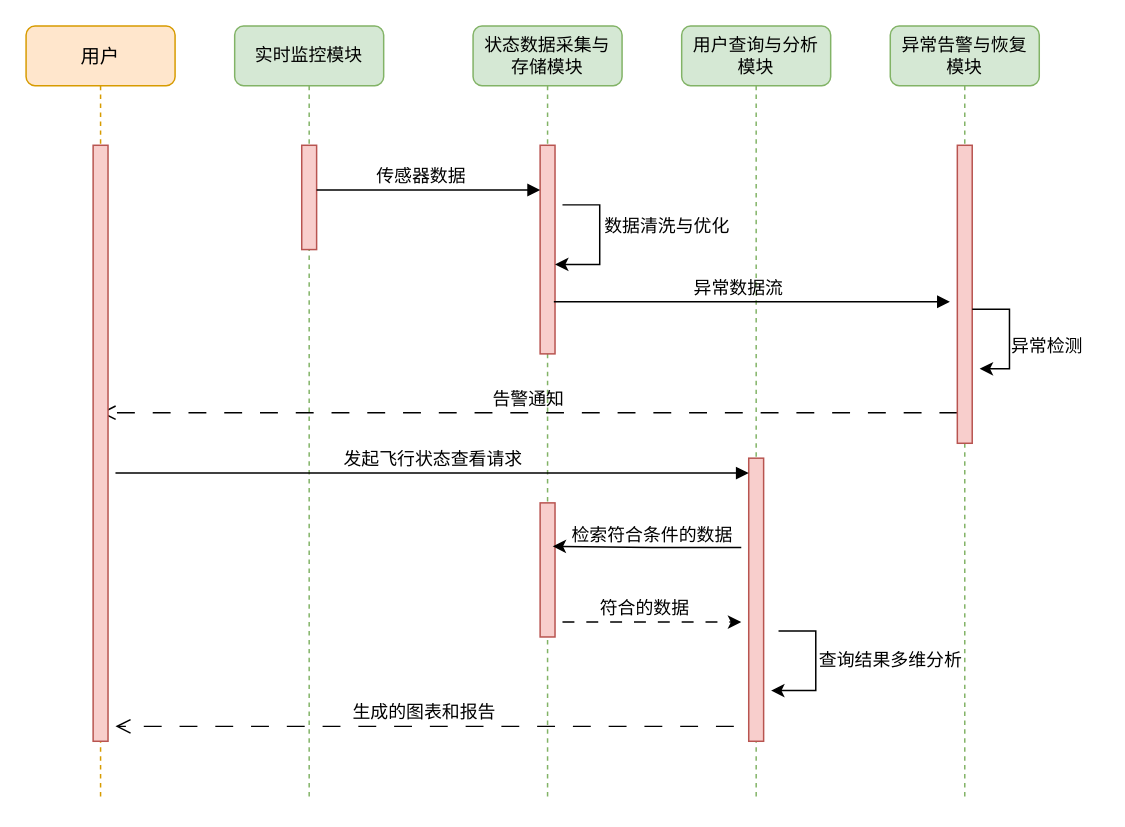
The draw.io diagram 无人机监控与查询模块的时序图.drawio in jiaojb/py-crawler, before the edit. Source tidied: cells renumbered, new cells numbered last; positions are measured from the earlier drawing's top-left corner, leaving out a move shared by most shapes. Both pictures are drawn from the tidied source at 149%, with x=0, y=0 at pixel (25, 25).
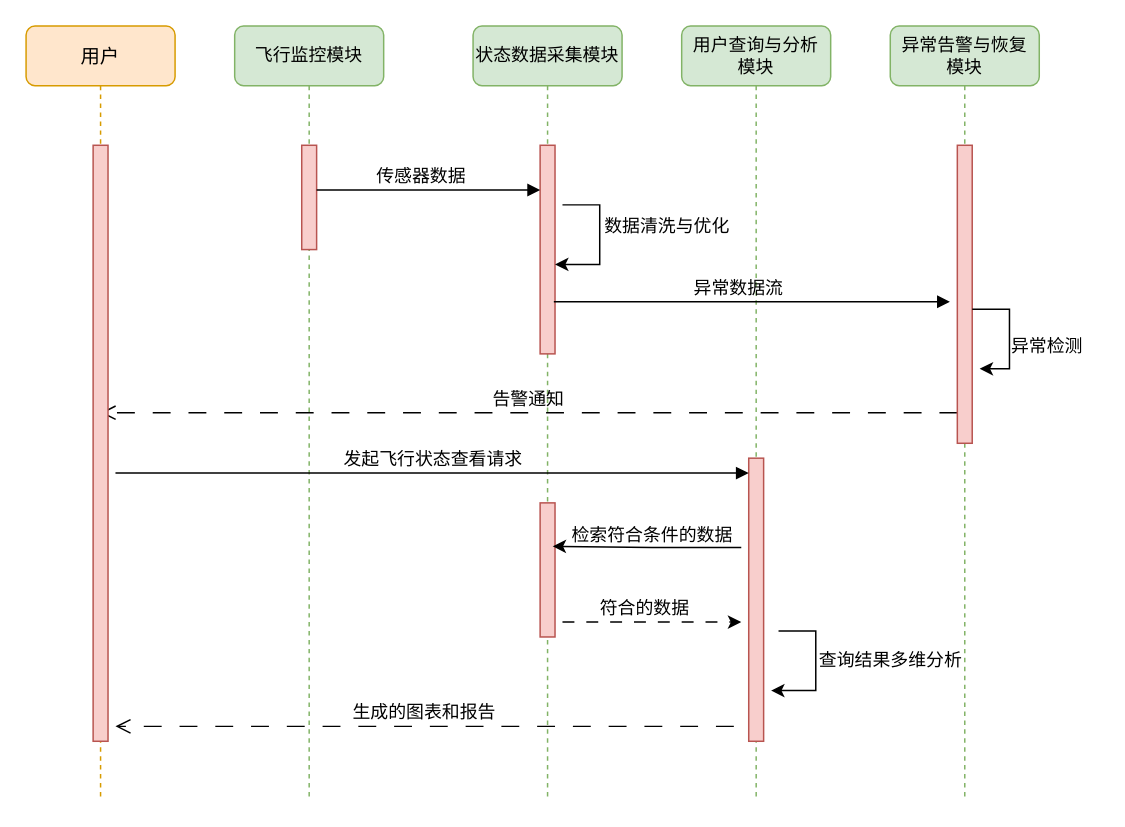
Above is the later version.

Commit message:
更新无人机监控与查询模块的时序图.drawio

Change to the diagram source:
```diff
@@
-    <mxCell id="2" value="实时监控模块" style="shape=umlLifeline;perimeter=lifelinePerimeter;whiteSpace=wrap;html=1;rounded=1;shadow=0;comic=0;labelBackgroundColor=none;strokeWidth=1;fontFamily=Verdana;fontSize=12;align=center;fillColor=#d5e8d4;strokeColor=#82b366;" parent="1" vertex="1">
+    <mxCell id="2" value="飞行监控模块" style="shape=umlLifeline;perimeter=lifelinePerimeter;whiteSpace=wrap;html=1;rounded=1;shadow=0;comic=0;labelBackgroundColor=none;strokeWidth=1;fontFamily=Verdana;fontSize=12;align=center;fillColor=#d5e8d4;strokeColor=#82b366;" parent="1" vertex="1">
       <mxGeometry x="140" width="100" height="520" as="geometry" />
     </mxCell>
@@
-    <mxCell id="4" value="状态数据采集与&lt;div&gt;存储模块&lt;/div&gt;" style="shape=umlLifeline;perimeter=lifelinePerimeter;whiteSpace=wrap;html=1;rounded=1;shadow=0;comic=0;labelBackgroundColor=none;strokeWidth=1;fontFamily=Verdana;fontSize=12;align=center;fillColor=#d5e8d4;strokeColor=#82b366;" parent="1" vertex="1">
+    <mxCell id="4" value="状态数据采集&lt;span style=&quot;background-color: transparent; color: light-dark(rgb(0, 0, 0), rgb(255, 255, 255));&quot;&gt;模块&lt;/span&gt;" style="shape=umlLifeline;perimeter=lifelinePerimeter;whiteSpace=wrap;html=1;rounded=1;shadow=0;comic=0;labelBackgroundColor=none;strokeWidth=1;fontFamily=Verdana;fontSize=12;align=center;fillColor=#d5e8d4;strokeColor=#82b366;" parent="1" vertex="1">
       <mxGeometry x="300" width="100" height="520" as="geometry" />
     </mxCell>
```
